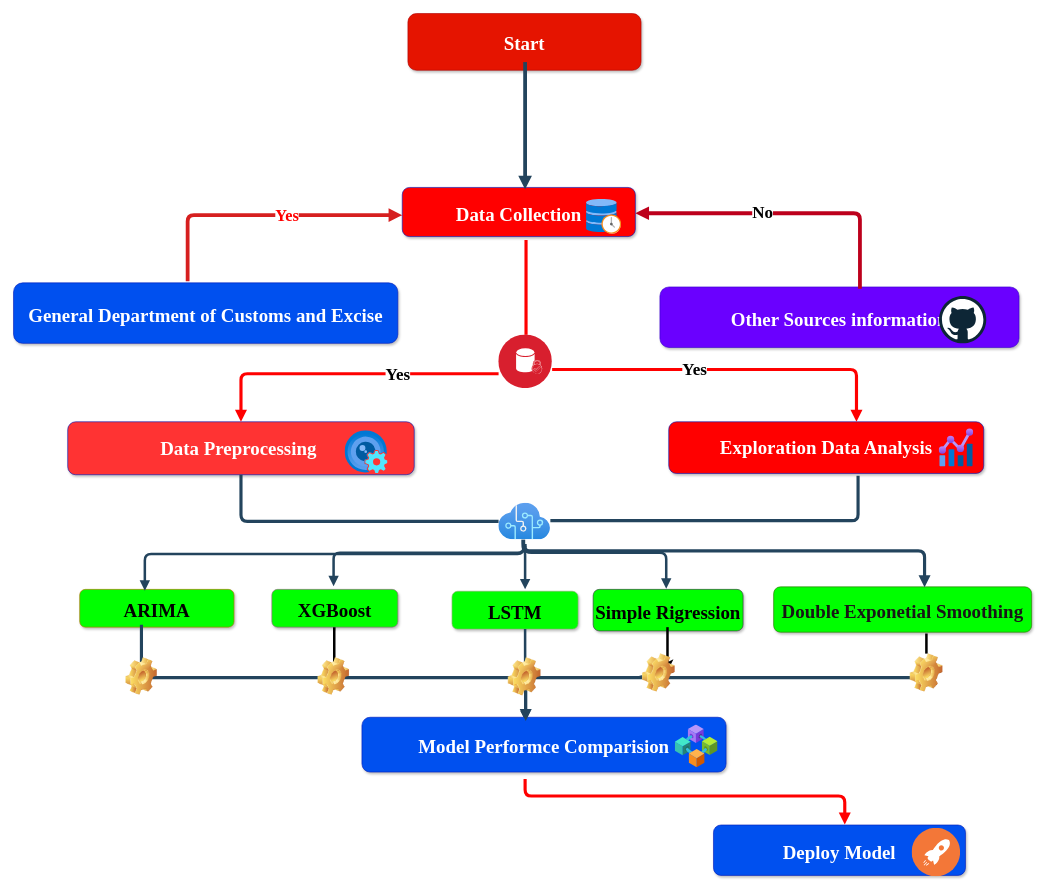
This is Untitled Diagram.drawio from Danut168/Advertistiing-Bugdet-and-Sales, a draw.io file, before an edit. Source tidied: cells renumbered, new cells numbered last; positions are measured from the earlier drawing's top-left corner, leaving out a move shared by most shapes. Both pictures are drawn from the tidied source at 63%, with x=0, y=0 at pixel (13, 13).
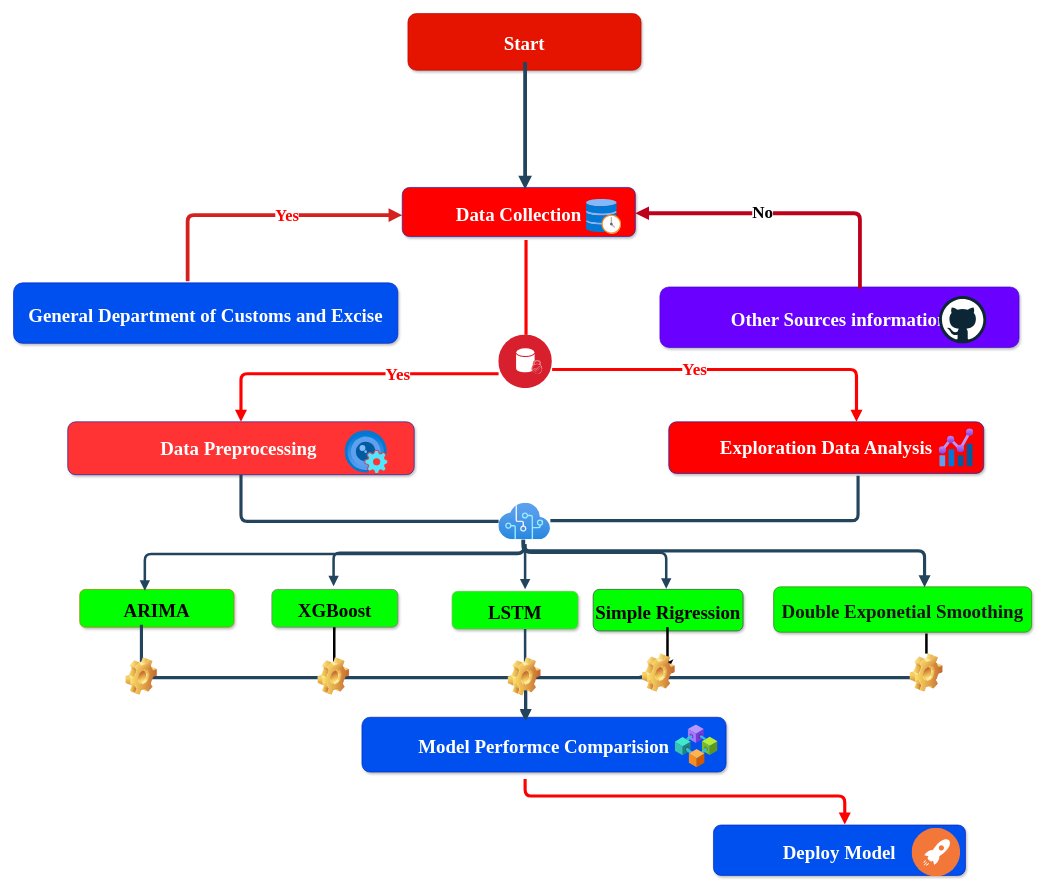
The same page after the edit.

The change refers to these unchanged cells:
```xml
<mxCell id="31" style="edgeStyle=elbowEdgeStyle;elbow=vertical;strokeWidth=5;endArrow=block;endFill=1;fontStyle=1;strokeColor=#ff0000;flowAnimation=1;exitX=0.531;exitY=1.07;exitDx=0;exitDy=0;entryX=0.5;entryY=0;entryDx=0;entryDy=0;exitPerimeter=0;" parent="1" edge="1" source="7" target="17">
  <mxGeometry x="22" y="165.5" as="geometry">
    <Array as="points">
      <mxPoint x="669" y="571.8" />
    </Array>
  </mxGeometry>
</mxCell>
<mxCell id="34" style="edgeStyle=elbowEdgeStyle;elbow=vertical;strokeWidth=5;endArrow=block;endFill=1;fontStyle=1;strokeColor=#ff0000;flowAnimation=1;entryX=0.596;entryY=0;entryDx=0;entryDy=0;entryPerimeter=0;" parent="1" edge="1" target="33">
  <mxGeometry x="22" y="165.5" as="geometry">
    <mxPoint x="808" y="572" as="sourcePoint" />
    <Array as="points">
      <mxPoint x="1063" y="565" />
    </Array>
  </mxGeometry>
</mxCell>
```

Change to the diagram source:
```diff
@@
-    <mxCell id="32" value="&lt;b&gt;&lt;font style=&quot;font-size: 27px;&quot;&gt;&lt;font style=&quot;font-size: 27px;&quot; face=&quot;Times New Roman&quot;&gt;Yes&lt;/font&gt;&lt;/font&gt;&lt;/b&gt;" style="edgeLabel;html=1;align=center;verticalAlign=middle;" parent="31" vertex="1">
+    <mxCell id="32" value="&lt;font color=&quot;#ff0000&quot;&gt;&lt;b&gt;&lt;font style=&quot;font-size: 27px;&quot;&gt;&lt;font style=&quot;font-size: 27px;&quot; face=&quot;Times New Roman&quot;&gt;Yes&lt;/font&gt;&lt;/font&gt;&lt;/b&gt;&lt;/font&gt;" style="edgeLabel;html=1;align=center;verticalAlign=middle;" parent="31" vertex="1">
       <mxGeometry relative="1" as="geometry">
         <mxPoint x="-45" y="1" as="offset" />
       </mxGeometry>
     </mxCell>
@@
-    <mxCell id="35" value="&lt;font style=&quot;font-size: 27px;&quot;&gt;&lt;font style=&quot;font-size: 27px;&quot; face=&quot;Times New Roman&quot;&gt;&lt;b&gt;Yes&lt;/b&gt;&lt;/font&gt;&lt;/font&gt;" style="edgeLabel;html=1;align=center;verticalAlign=middle;" parent="34" vertex="1">
+    <mxCell id="35" value="&lt;font color=&quot;#ff0000&quot; style=&quot;font-size: 27px;&quot;&gt;&lt;font style=&quot;font-size: 27px;&quot; face=&quot;Times New Roman&quot;&gt;&lt;b&gt;Yes&lt;/b&gt;&lt;/font&gt;&lt;/font&gt;" style="edgeLabel;html=1;align=center;verticalAlign=middle;" parent="34" vertex="1">
       <mxGeometry relative="1" as="geometry">
         <mxPoint x="-31" y="-1" as="offset" />
       </mxGeometry>
     </mxCell>
```
